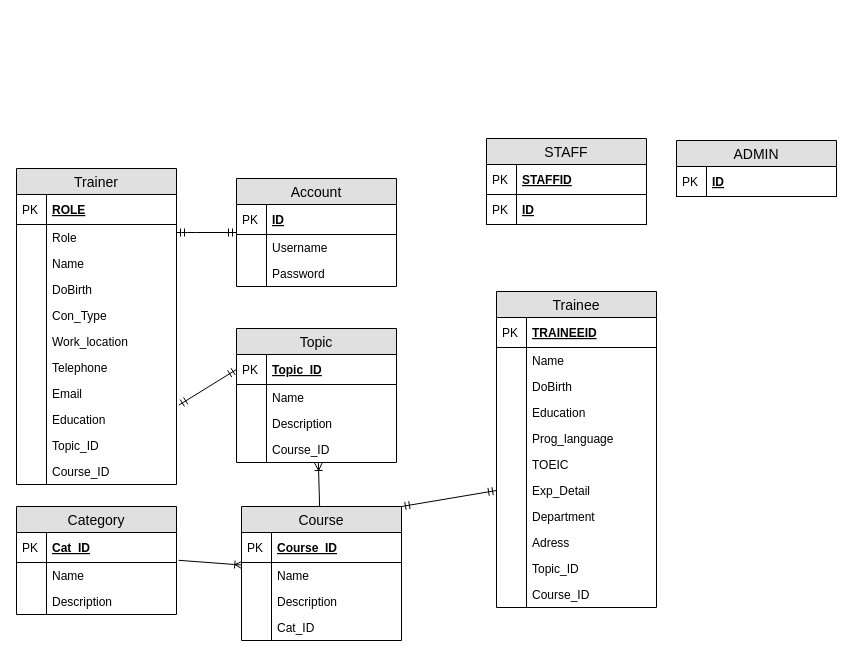
This is Diagrams/Application_Dev_ERD.drawio from ollylll97lll/ApplicationDev, a draw.io file, before an edit. Source tidied: cells renumbered, new cells numbered last; positions are measured from the earlier drawing's top-left corner, leaving out a move shared by most shapes. Both pictures are drawn from the tidied source at 100%, with x=0, y=0 at pixel (16, 138).
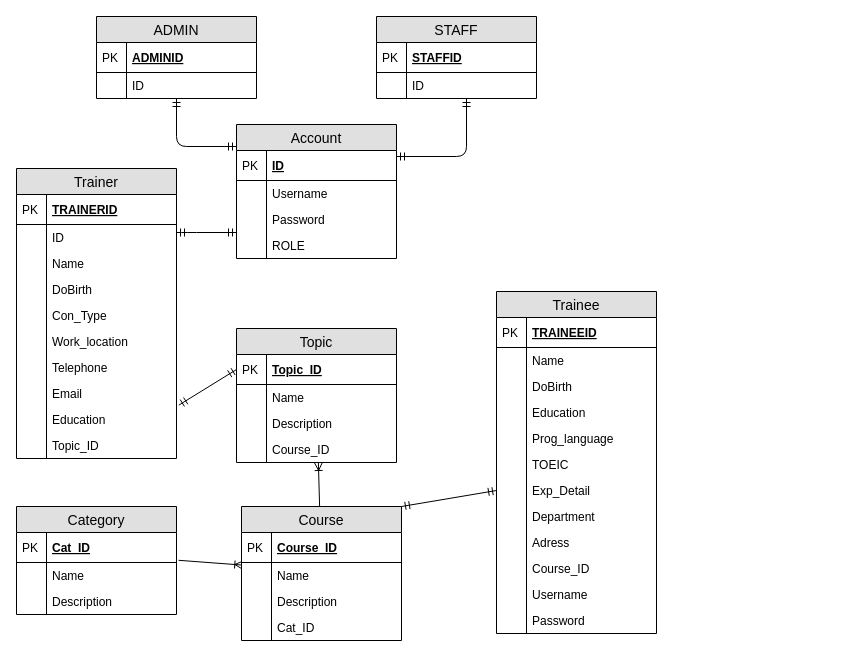
The same page after the edit.

Unchanged cells that the change refers to:
```xml
<mxCell id="86" value="STAFFID" style="shape=partialRectangle;top=0;left=0;right=0;bottom=1;align=left;verticalAlign=middle;fillColor=none;spacingLeft=34;spacingRight=4;overflow=hidden;fontStyle=5;fontSize=12;" parent="85" vertex="1">
  <mxGeometry y="26" width="160" height="30" as="geometry" />
</mxCell>
```

Diff of the diagram source:
```diff
@@
     <mxCell id="2" value="Account" style="swimlane;fontStyle=0;horizontal=1;startSize=26;fillColor=#e0e0e0;swimlaneFillColor=#ffffff;align=center;fontSize=14;" parent="1" vertex="1">
-      <mxGeometry x="220" y="40" width="160" height="108" as="geometry" />
+      <mxGeometry x="220" y="-14" width="160" height="134" as="geometry" />
     </mxCell>
@@
+    <mxCell id="93" value="ROLE" style="shape=partialRectangle;top=0;left=0;right=0;bottom=0;align=left;verticalAlign=top;fillColor=none;spacingLeft=34;spacingRight=4;overflow=hidden;fontSize=12;" parent="2" vertex="1">
+      <mxGeometry y="108" width="160" height="26" as="geometry" />
+    </mxCell>
+    <mxCell id="94" style="shape=partialRectangle;top=0;left=0;bottom=0;fillColor=none;align=left;verticalAlign=top;spacingLeft=4;spacingRight=4;overflow=hidden;fontSize=12;" parent="93" vertex="1">
+      <mxGeometry width="30" height="26" as="geometry" />
+    </mxCell>
@@
     <mxCell id="21" value="Trainer" style="swimlane;fontStyle=0;horizontal=1;startSize=26;fillColor=#e0e0e0;swimlaneFillColor=#ffffff;align=center;fontSize=14;" parent="1" vertex="1">
-      <mxGeometry y="30" width="160" height="316" as="geometry" />
+      <mxGeometry y="30" width="160" height="290" as="geometry" />
     </mxCell>
-    <mxCell id="22" value="ROLE" style="shape=partialRectangle;top=0;left=0;right=0;bottom=1;align=left;verticalAlign=middle;fillColor=none;spacingLeft=34;spacingRight=4;overflow=hidden;fontStyle=5;fontSize=12;" parent="21" vertex="1">
+    <mxCell id="22" value="TRAINERID" style="shape=partialRectangle;top=0;left=0;right=0;bottom=1;align=left;verticalAlign=middle;fillColor=none;spacingLeft=34;spacingRight=4;overflow=hidden;fontStyle=5;fontSize=12;" parent="21" vertex="1">
       <mxGeometry y="26" width="160" height="30" as="geometry" />
     </mxCell>
@@
-    <mxCell id="24" value="Role" style="shape=partialRectangle;top=0;left=0;right=0;bottom=0;align=left;verticalAlign=top;fillColor=none;spacingLeft=34;spacingRight=4;overflow=hidden;fontSize=12;" parent="21" vertex="1">
+    <mxCell id="24" value="ID" style="shape=partialRectangle;top=0;left=0;right=0;bottom=0;align=left;verticalAlign=top;fillColor=none;spacingLeft=34;spacingRight=4;overflow=hidden;fontSize=12;" parent="21" vertex="1">
       <mxGeometry y="56" width="160" height="26" as="geometry" />
     </mxCell>
@@
-    <mxCell id="42" value="Course_ID" style="shape=partialRectangle;top=0;left=0;right=0;bottom=0;align=left;verticalAlign=top;fillColor=none;spacingLeft=34;spacingRight=4;overflow=hidden;fontSize=12;" parent="21" vertex="1">
-      <mxGeometry y="290" width="160" height="26" as="geometry" />
-    </mxCell>
-    <mxCell id="43" style="shape=partialRectangle;top=0;left=0;bottom=0;fillColor=none;align=left;verticalAlign=top;spacingLeft=4;spacingRight=4;overflow=hidden;fontSize=12;" parent="42" vertex="1">
-      <mxGeometry width="30" height="26" as="geometry" />
-    </mxCell>
@@
     <mxCell id="52" value="Trainee" style="swimlane;fontStyle=0;horizontal=1;startSize=26;fillColor=#e0e0e0;swimlaneFillColor=#ffffff;align=center;fontSize=14;" parent="1" vertex="1">
-      <mxGeometry x="480" y="153" width="160" height="316" as="geometry" />
+      <mxGeometry x="480" y="153" width="160" height="342" as="geometry" />
     </mxCell>
@@
-    <mxCell id="71" value="Topic_ID" style="shape=partialRectangle;top=0;left=0;right=0;bottom=0;align=left;verticalAlign=top;fillColor=none;spacingLeft=34;spacingRight=4;overflow=hidden;fontSize=12;" parent="52" vertex="1">
-      <mxGeometry y="264" width="160" height="26" as="geometry" />
-    </mxCell>
-    <mxCell id="72" style="shape=partialRectangle;top=0;left=0;bottom=0;fillColor=none;align=left;verticalAlign=top;spacingLeft=4;spacingRight=4;overflow=hidden;fontSize=12;" parent="71" vertex="1">
-      <mxGeometry width="30" height="26" as="geometry" />
-    </mxCell>
     <mxCell id="73" value="Course_ID" style="shape=partialRectangle;top=0;left=0;right=0;bottom=0;align=left;verticalAlign=top;fillColor=none;spacingLeft=34;spacingRight=4;overflow=hidden;fontSize=12;" parent="52" vertex="1">
-      <mxGeometry y="290" width="160" height="26" as="geometry" />
+      <mxGeometry y="264" width="160" height="26" as="geometry" />
     </mxCell>
@@
+    <mxCell id="95" value="Username" style="shape=partialRectangle;top=0;left=0;right=0;bottom=0;align=left;verticalAlign=top;fillColor=none;spacingLeft=34;spacingRight=4;overflow=hidden;fontSize=12;" parent="52" vertex="1">
+      <mxGeometry y="290" width="160" height="26" as="geometry" />
+    </mxCell>
+    <mxCell id="96" style="shape=partialRectangle;top=0;left=0;bottom=0;fillColor=none;align=left;verticalAlign=top;spacingLeft=4;spacingRight=4;overflow=hidden;fontSize=12;" parent="95" vertex="1">
+      <mxGeometry width="30" height="26" as="geometry" />
+    </mxCell>
+    <mxCell id="97" value="Password" style="shape=partialRectangle;top=0;left=0;right=0;bottom=0;align=left;verticalAlign=top;fillColor=none;spacingLeft=34;spacingRight=4;overflow=hidden;fontSize=12;" parent="52" vertex="1">
+      <mxGeometry y="316" width="160" height="26" as="geometry" />
+    </mxCell>
+    <mxCell id="98" style="shape=partialRectangle;top=0;left=0;bottom=0;fillColor=none;align=left;verticalAlign=top;spacingLeft=4;spacingRight=4;overflow=hidden;fontSize=12;" parent="97" vertex="1">
+      <mxGeometry width="30" height="26" as="geometry" />
+    </mxCell>
@@
+    <mxCell id="90" value="ADMIN" style="swimlane;fontStyle=0;horizontal=1;startSize=26;fillColor=#e0e0e0;swimlaneFillColor=#ffffff;align=center;fontSize=14;" parent="1" vertex="1">
+      <mxGeometry x="80" y="-122" width="160" height="82" as="geometry" />
+    </mxCell>
+    <mxCell id="99" value="ADMINID" style="shape=partialRectangle;top=0;left=0;right=0;bottom=1;align=left;verticalAlign=middle;fillColor=none;spacingLeft=34;spacingRight=4;overflow=hidden;fontStyle=5;fontSize=12;" parent="90" vertex="1">
+      <mxGeometry y="26" width="160" height="30" as="geometry" />
+    </mxCell>
+    <mxCell id="100" value="PK" style="shape=partialRectangle;top=0;left=0;bottom=0;fillColor=none;align=left;verticalAlign=middle;spacingLeft=4;spacingRight=4;overflow=hidden;fontSize=12;" parent="99" vertex="1">
+      <mxGeometry width="30" height="30" as="geometry" />
+    </mxCell>
+    <mxCell id="101" value="ID" style="shape=partialRectangle;top=0;left=0;right=0;bottom=0;align=left;verticalAlign=top;fillColor=none;spacingLeft=34;spacingRight=4;overflow=hidden;fontSize=12;" parent="90" vertex="1">
+      <mxGeometry y="56" width="160" height="26" as="geometry" />
+    </mxCell>
+    <mxCell id="102" style="shape=partialRectangle;top=0;left=0;bottom=0;fillColor=none;align=left;verticalAlign=top;spacingLeft=4;spacingRight=4;overflow=hidden;fontSize=12;" parent="101" vertex="1">
+      <mxGeometry width="30" height="26" as="geometry" />
+    </mxCell>
     <mxCell id="85" value="STAFF" style="swimlane;fontStyle=0;horizontal=1;startSize=26;fillColor=#e0e0e0;swimlaneFillColor=#ffffff;align=center;fontSize=14;" parent="1" vertex="1">
-      <mxGeometry x="470" width="160" height="86" as="geometry" />
+      <mxGeometry x="360" y="-122" width="160" height="82" as="geometry" />
     </mxCell>
@@
-    <mxCell id="87" value="PK" style="shape=partialRectangle;top=0;left=0;bottom=0;fillColor=none;align=left;verticalAlign=middle;spacingLeft=4;spacingRight=4;overflow=hidden;fontSize=12;" parent="86" vertex="1">
-      <mxGeometry width="30" height="30" as="geometry" />
-    </mxCell>
-    <mxCell id="88" value="ID" style="shape=partialRectangle;top=0;left=0;right=0;bottom=1;align=left;verticalAlign=middle;fillColor=none;spacingLeft=34;spacingRight=4;overflow=hidden;fontStyle=5;fontSize=12;" parent="85" vertex="1">
-      <mxGeometry y="56" width="160" height="30" as="geometry" />
-    </mxCell>
-    <mxCell id="89" value="PK" style="shape=partialRectangle;top=0;left=0;bottom=0;fillColor=none;align=left;verticalAlign=middle;spacingLeft=4;spacingRight=4;overflow=hidden;fontSize=12;" parent="88" vertex="1">
-      <mxGeometry width="30" height="30" as="geometry" />
-    </mxCell>
-    <mxCell id="90" value="ADMIN" style="swimlane;fontStyle=0;horizontal=1;startSize=26;fillColor=#e0e0e0;swimlaneFillColor=#ffffff;align=center;fontSize=14;" parent="1" vertex="1">
-      <mxGeometry x="660" y="2" width="160" height="56" as="geometry" />
-    </mxCell>
-    <mxCell id="91" value="ID" style="shape=partialRectangle;top=0;left=0;right=0;bottom=1;align=left;verticalAlign=middle;fillColor=none;spacingLeft=34;spacingRight=4;overflow=hidden;fontStyle=5;fontSize=12;" parent="90" vertex="1">
-      <mxGeometry y="26" width="160" height="30" as="geometry" />
-    </mxCell>
-    <mxCell id="92" value="PK" style="shape=partialRectangle;top=0;left=0;bottom=0;fillColor=none;align=left;verticalAlign=middle;spacingLeft=4;spacingRight=4;overflow=hidden;fontSize=12;" parent="91" vertex="1">
-      <mxGeometry width="30" height="30" as="geometry" />
-    </mxCell>
+    <mxCell id="103" value="PK" style="shape=partialRectangle;top=0;left=0;bottom=0;fillColor=none;align=left;verticalAlign=middle;spacingLeft=4;spacingRight=4;overflow=hidden;fontSize=12;" parent="86" vertex="1">
+      <mxGeometry width="30" height="30" as="geometry" />
+    </mxCell>
+    <mxCell id="104" value="ID" style="shape=partialRectangle;top=0;left=0;right=0;bottom=0;align=left;verticalAlign=top;fillColor=none;spacingLeft=34;spacingRight=4;overflow=hidden;fontSize=12;" parent="85" vertex="1">
+      <mxGeometry y="56" width="160" height="26" as="geometry" />
+    </mxCell>
+    <mxCell id="105" style="shape=partialRectangle;top=0;left=0;bottom=0;fillColor=none;align=left;verticalAlign=top;spacingLeft=4;spacingRight=4;overflow=hidden;fontSize=12;" parent="104" vertex="1">
+      <mxGeometry width="30" height="26" as="geometry" />
+    </mxCell>
+    <mxCell id="106" style="fontSize=12;html=1;endArrow=ERmandOne;startArrow=ERmandOne;edgeStyle=orthogonalEdgeStyle;" parent="1" edge="1" source="90" target="2">
+      <mxGeometry relative="1" as="geometry">
+        <Array as="points">
+          <mxPoint x="160" y="8" />
+        </Array>
+      </mxGeometry>
+    </mxCell>
+    <mxCell id="107" style="fontSize=12;html=1;endArrow=ERmandOne;startArrow=ERmandOne;edgeStyle=orthogonalEdgeStyle;" parent="1" edge="1" source="85" target="2">
+      <mxGeometry relative="1" as="geometry">
+        <Array as="points">
+          <mxPoint x="450" y="18" />
+        </Array>
+      </mxGeometry>
+    </mxCell>
```
